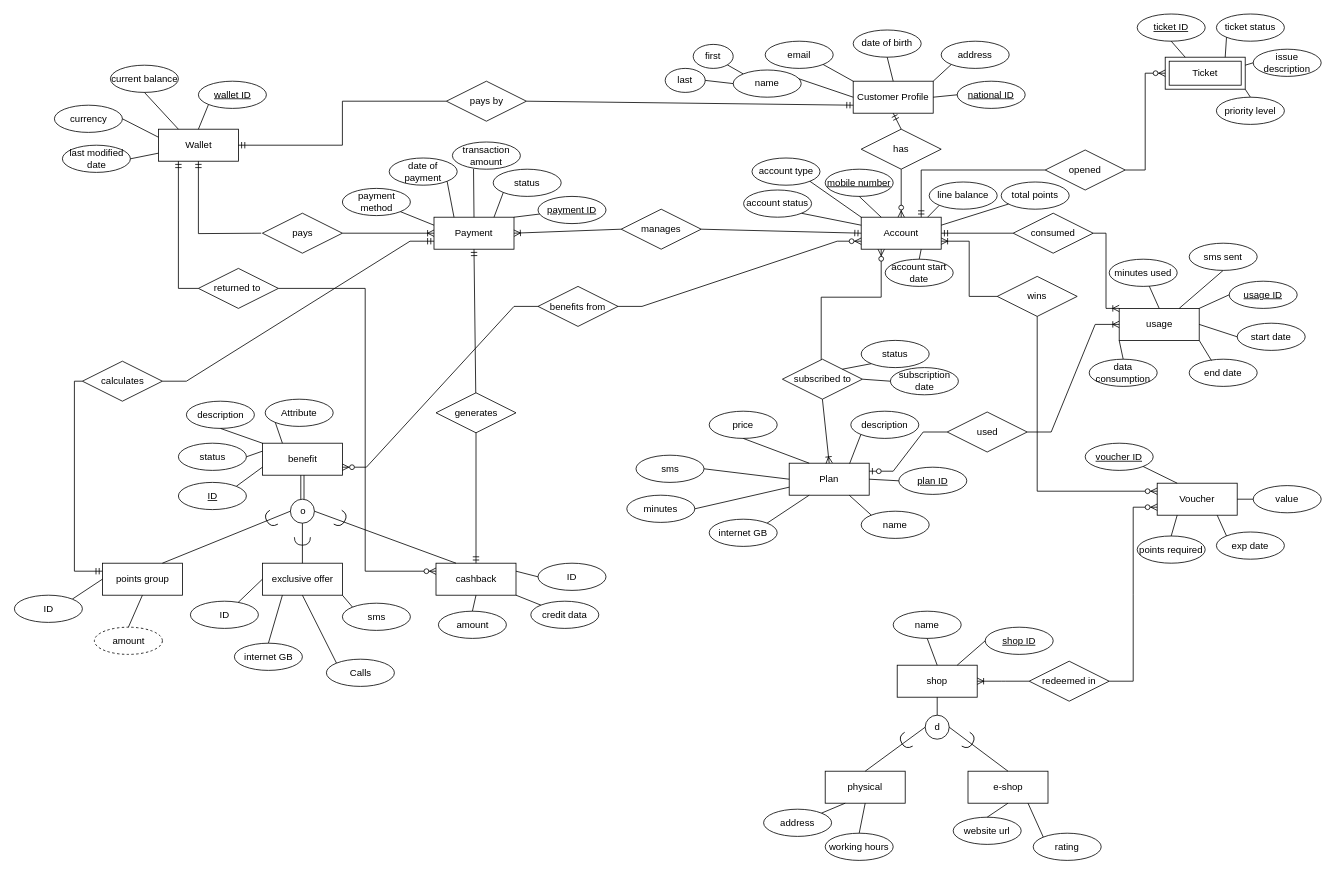
Earlier version of the draw.io diagram Milestone1_EERD.drawio (rogereliass/Telecom-Customer-Data-Management-System). Source tidied: cells renumbered, new cells numbered last; positions are measured from the earlier drawing's top-left corner, leaving out a move shared by most shapes. Both pictures are drawn from the tidied source at 80%, with x=0, y=0 at pixel (14, 14).
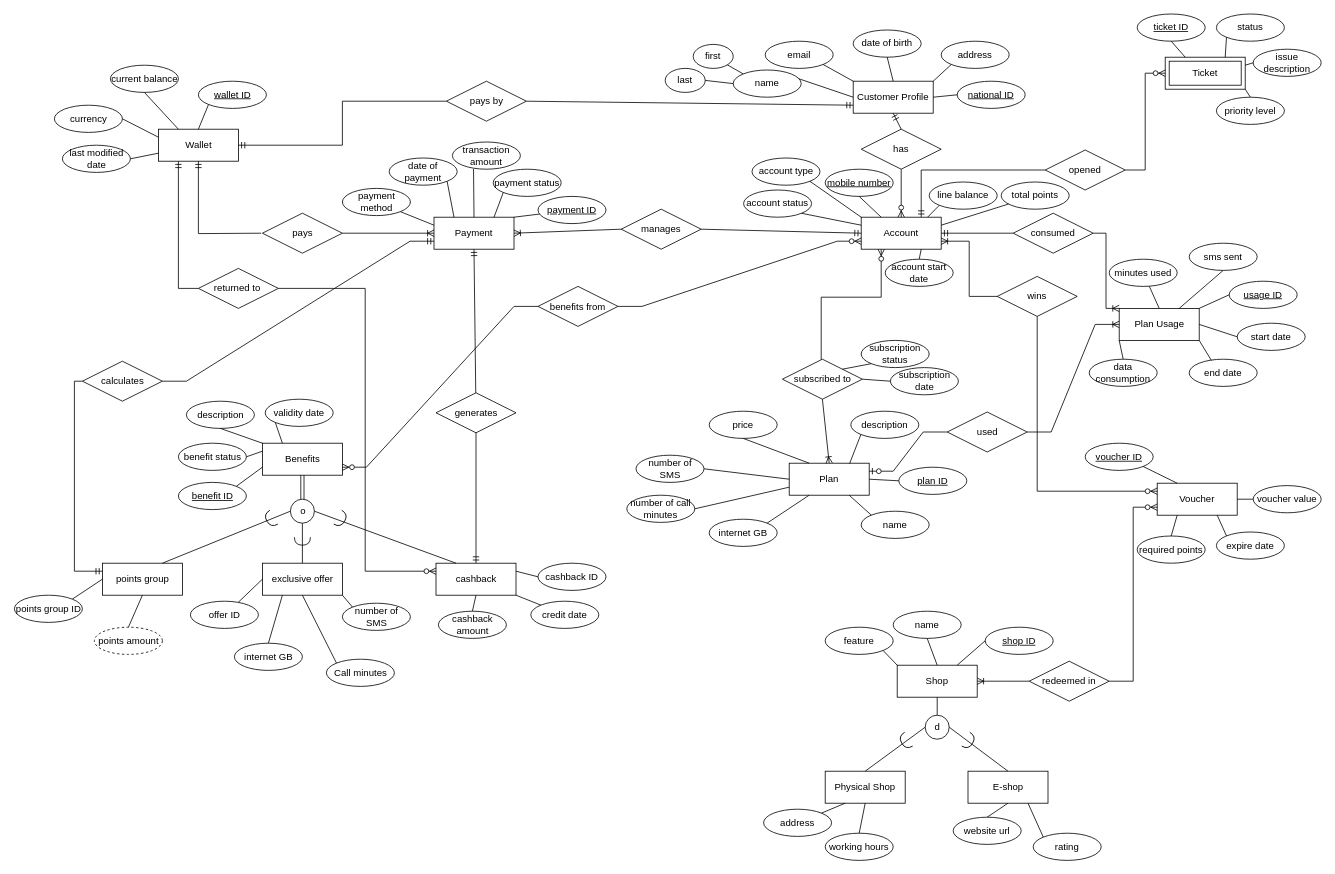
Above is the later version.

What changed in the source:
```diff
@@
-    <mxCell id="18" value="status" style="ellipse;whiteSpace=wrap;html=1;align=center;" parent="1" vertex="1">
+    <mxCell id="18" value="subscription status" style="ellipse;whiteSpace=wrap;html=1;align=center;" parent="1" vertex="1">
       <mxGeometry x="1058" y="408" width="85" height="34" as="geometry" />
     </mxCell>
@@
-    <mxCell id="20" value="minutes" style="ellipse;whiteSpace=wrap;html=1;align=center;" parent="1" vertex="1">
+    <mxCell id="20" value="number of call minutes" style="ellipse;whiteSpace=wrap;html=1;align=center;" parent="1" vertex="1">
       <mxGeometry x="765" y="601.5" width="85" height="34" as="geometry" />
     </mxCell>
-    <mxCell id="21" value="sms" style="ellipse;whiteSpace=wrap;html=1;align=center;" parent="1" vertex="1">
+    <mxCell id="21" value="number of SMS" style="ellipse;whiteSpace=wrap;html=1;align=center;" parent="1" vertex="1">
       <mxGeometry x="776.5" y="551.5" width="85" height="34" as="geometry" />
     </mxCell>
@@
-    <mxCell id="26" value="usage" style="whiteSpace=wrap;html=1;align=center;" parent="1" vertex="1">
+    <mxCell id="26" value="Plan Usage" style="whiteSpace=wrap;html=1;align=center;" parent="1" vertex="1">
       <mxGeometry x="1380.5" y="368" width="100" height="40" as="geometry" />
     </mxCell>
@@
-    <mxCell id="38" value="status" style="ellipse;whiteSpace=wrap;html=1;align=center;" parent="1" vertex="1">
+    <mxCell id="38" value="payment status" style="ellipse;whiteSpace=wrap;html=1;align=center;" parent="1" vertex="1">
       <mxGeometry x="598" y="194" width="85" height="34" as="geometry" />
     </mxCell>
@@
-    <mxCell id="83" value="benefit" style="whiteSpace=wrap;html=1;align=center;" parent="1" vertex="1">
+    <mxCell id="83" value="Benefits" style="whiteSpace=wrap;html=1;align=center;" parent="1" vertex="1">
       <mxGeometry x="309.5" y="536.5" width="100" height="40" as="geometry" />
     </mxCell>
-    <mxCell id="84" value="Attribute" style="ellipse;whiteSpace=wrap;html=1;align=center;" parent="1" vertex="1">
+    <mxCell id="84" value="validity date" style="ellipse;whiteSpace=wrap;html=1;align=center;" parent="1" vertex="1">
       <mxGeometry x="313" y="481.5" width="85" height="34" as="geometry" />
     </mxCell>
-    <mxCell id="85" value="status" style="ellipse;whiteSpace=wrap;html=1;align=center;" parent="1" vertex="1">
+    <mxCell id="85" value="benefit status" style="ellipse;whiteSpace=wrap;html=1;align=center;" parent="1" vertex="1">
       <mxGeometry x="204.5" y="536.5" width="85" height="34" as="geometry" />
     </mxCell>
@@
-    <mxCell id="87" value="ID" style="ellipse;whiteSpace=wrap;html=1;align=center;fontStyle=4;" parent="1" vertex="1">
+    <mxCell id="87" value="benefit ID" style="ellipse;whiteSpace=wrap;html=1;align=center;fontStyle=4;" parent="1" vertex="1">
       <mxGeometry x="204.5" y="585.5" width="85" height="34" as="geometry" />
     </mxCell>
@@
-    <mxCell id="99" value="amount" style="ellipse;whiteSpace=wrap;html=1;align=center;dashed=1;" parent="1" vertex="1">
+    <mxCell id="99" value="points amount" style="ellipse;whiteSpace=wrap;html=1;align=center;dashed=1;" parent="1" vertex="1">
       <mxGeometry x="99.5" y="766.5" width="85" height="34" as="geometry" />
     </mxCell>
@@
-    <mxCell id="106" value="sms" style="ellipse;whiteSpace=wrap;html=1;align=center;" parent="1" vertex="1">
+    <mxCell id="106" value="number of SMS" style="ellipse;whiteSpace=wrap;html=1;align=center;" parent="1" vertex="1">
       <mxGeometry x="409.5" y="736.5" width="85" height="34" as="geometry" />
     </mxCell>
-    <mxCell id="107" value="Calls" style="ellipse;whiteSpace=wrap;html=1;align=center;" parent="1" vertex="1">
+    <mxCell id="107" value="Call minutes" style="ellipse;whiteSpace=wrap;html=1;align=center;" parent="1" vertex="1">
       <mxGeometry x="389.5" y="806.5" width="85" height="34" as="geometry" />
     </mxCell>
@@
-    <mxCell id="113" value="credit data" style="ellipse;whiteSpace=wrap;html=1;align=center;" parent="1" vertex="1">
+    <mxCell id="113" value="credit date" style="ellipse;whiteSpace=wrap;html=1;align=center;" parent="1" vertex="1">
       <mxGeometry x="645" y="734" width="85" height="34" as="geometry" />
     </mxCell>
-    <mxCell id="114" value="amount" style="ellipse;whiteSpace=wrap;html=1;align=center;" parent="1" vertex="1">
+    <mxCell id="114" value="cashback amount" style="ellipse;whiteSpace=wrap;html=1;align=center;" parent="1" vertex="1">
       <mxGeometry x="529.5" y="746.5" width="85" height="34" as="geometry" />
     </mxCell>
@@
-    <mxCell id="124" value="exp date" style="ellipse;whiteSpace=wrap;html=1;align=center;" parent="1" vertex="1">
+    <mxCell id="124" value="expire date" style="ellipse;whiteSpace=wrap;html=1;align=center;" parent="1" vertex="1">
       <mxGeometry x="1502" y="647.5" width="85" height="34" as="geometry" />
     </mxCell>
-    <mxCell id="125" value="points required" style="ellipse;whiteSpace=wrap;html=1;align=center;" parent="1" vertex="1">
+    <mxCell id="125" value="required points" style="ellipse;whiteSpace=wrap;html=1;align=center;" parent="1" vertex="1">
       <mxGeometry x="1403" y="652.5" width="85" height="34" as="geometry" />
     </mxCell>
-    <mxCell id="126" value="value" style="ellipse;whiteSpace=wrap;html=1;align=center;" parent="1" vertex="1">
+    <mxCell id="126" value="voucher value" style="ellipse;whiteSpace=wrap;html=1;align=center;" parent="1" vertex="1">
       <mxGeometry x="1548" y="589.5" width="85" height="34" as="geometry" />
     </mxCell>
@@
-    <mxCell id="139" value="shop" style="whiteSpace=wrap;html=1;align=center;" parent="1" vertex="1">
+    <mxCell id="139" value="Shop" style="whiteSpace=wrap;html=1;align=center;" parent="1" vertex="1">
       <mxGeometry x="1103" y="814" width="100" height="40" as="geometry" />
     </mxCell>
@@
-    <mxCell id="150" value="physical" style="whiteSpace=wrap;html=1;align=center;" parent="1" vertex="1">
+    <mxCell id="150" value="Physical Shop" style="whiteSpace=wrap;html=1;align=center;" parent="1" vertex="1">
       <mxGeometry x="1013" y="946.5" width="100" height="40" as="geometry" />
     </mxCell>
-    <mxCell id="151" value="e-shop" style="whiteSpace=wrap;html=1;align=center;" parent="1" vertex="1">
+    <mxCell id="151" value="E-shop" style="whiteSpace=wrap;html=1;align=center;" parent="1" vertex="1">
       <mxGeometry x="1191.5" y="946.5" width="100" height="40" as="geometry" />
     </mxCell>
@@
-    <mxCell id="156" value="ID" style="ellipse;whiteSpace=wrap;html=1;align=center;" parent="1" vertex="1">
+    <mxCell id="156" value="points group ID" style="ellipse;whiteSpace=wrap;html=1;align=center;" parent="1" vertex="1">
       <mxGeometry x="-0.5" y="726.5" width="85" height="34" as="geometry" />
     </mxCell>
-    <mxCell id="157" value="ID" style="ellipse;whiteSpace=wrap;html=1;align=center;" parent="1" vertex="1">
+    <mxCell id="157" value="cashback ID" style="ellipse;whiteSpace=wrap;html=1;align=center;" parent="1" vertex="1">
       <mxGeometry x="654" y="686.5" width="85" height="34" as="geometry" />
     </mxCell>
-    <mxCell id="158" value="ID" style="ellipse;whiteSpace=wrap;html=1;align=center;" parent="1" vertex="1">
+    <mxCell id="158" value="offer ID" style="ellipse;whiteSpace=wrap;html=1;align=center;" parent="1" vertex="1">
       <mxGeometry x="219.5" y="734" width="85" height="34" as="geometry" />
     </mxCell>
@@
-    <mxCell id="169" value="ticket status" style="ellipse;whiteSpace=wrap;html=1;align=center;" parent="1" vertex="1">
+    <mxCell id="169" value="status" style="ellipse;whiteSpace=wrap;html=1;align=center;" parent="1" vertex="1">
       <mxGeometry x="1502" width="85" height="34" as="geometry" />
     </mxCell>
@@
+    <mxCell id="207" value="feature" style="ellipse;whiteSpace=wrap;html=1;align=center;" parent="1" vertex="1">
+      <mxGeometry x="1013" y="766.5" width="85" height="34" as="geometry" />
+    </mxCell>
+    <mxCell id="208" style="endArrow=none;html=1;rounded=0;entryX=0;entryY=0;entryDx=0;entryDy=0;exitX=1;exitY=1;exitDx=0;exitDy=0;" parent="1" edge="1" source="207" target="139">
+      <mxGeometry relative="1" as="geometry" />
+    </mxCell>
```
